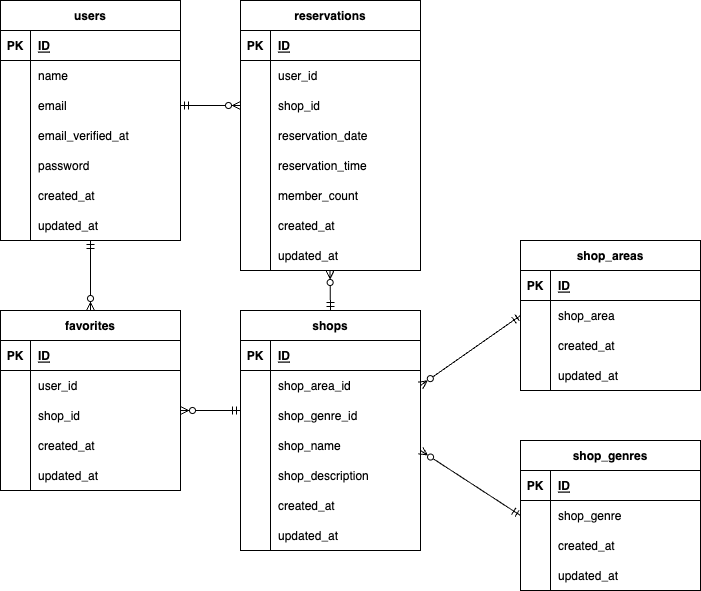
The draw.io diagram src/Rese.drawio.png in aida39/Rese, before a commit. Source tidied: cells renumbered, new cells last; positions are measured from the earlier drawing's top-left corner, leaving out a move shared by most shapes.
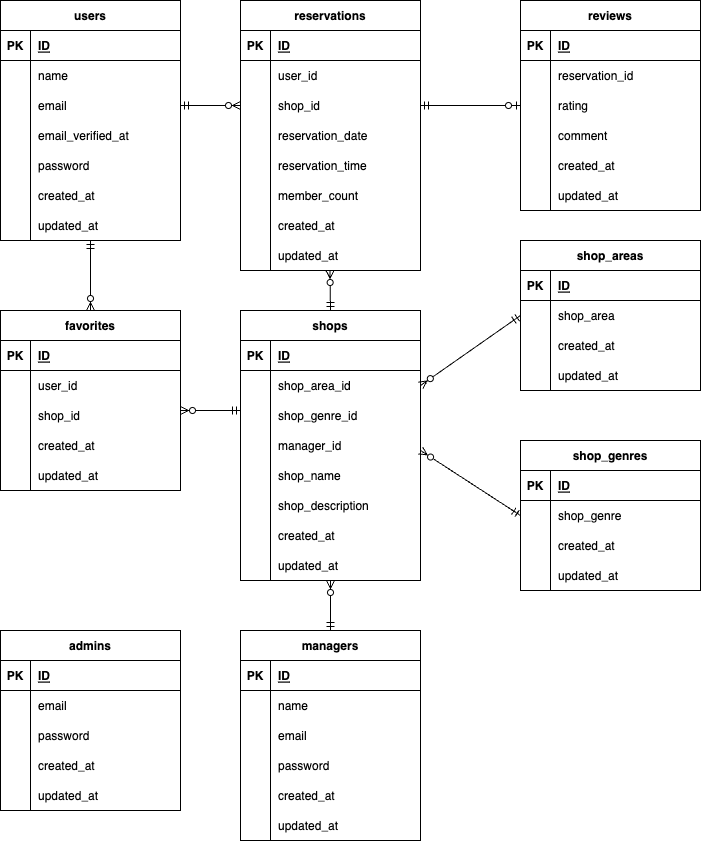
The same diagram one commit later.

The edit, as a diff of the source:
```diff
@@ -195,7 +195,7 @@
       <mxGeometry x="30" width="150" height="30" as="geometry" />
     </mxCell>
     <mxCell id="66" value="shops" style="shape=table;startSize=30;rowLines=0;fontStyle=1;align=center;" parent="1" vertex="1">
-      <mxGeometry x="240" y="310" width="180" height="240" as="geometry" />
+      <mxGeometry x="240" y="310" width="180" height="270" as="geometry" />
     </mxCell>
     <mxCell id="67" style="shape=tableRow;horizontal=0;startSize=0;swimlaneHead=0;swimlaneBody=0;fillColor=none;top=0;left=0;right=0;bottom=1;" parent="66" vertex="1">
       <mxGeometry y="30" width="180" height="30" as="geometry" />
@@ -224,8 +224,17 @@
     <mxCell id="75" value="shop_genre_id" style="shape=partialRectangle;fillColor=none;top=0;left=0;bottom=0;right=0;align=left;spacingLeft=6;overflow=hidden;" parent="73" vertex="1">
       <mxGeometry x="30" width="150" height="30" as="geometry" />
     </mxCell>
+    <mxCell id="119" style="shape=tableRow;horizontal=0;startSize=0;swimlaneHead=0;swimlaneBody=0;fillColor=none;top=0;left=0;right=0;bottom=0;" parent="66" vertex="1">
+      <mxGeometry y="120" width="180" height="30" as="geometry" />
+    </mxCell>
+    <mxCell id="120" style="shape=partialRectangle;fillColor=none;top=0;left=0;bottom=0;right=0;overflow=hidden;" parent="119" vertex="1">
+      <mxGeometry width="30" height="30" as="geometry" />
+    </mxCell>
+    <mxCell id="121" value="manager_id" style="shape=partialRectangle;fillColor=none;top=0;left=0;bottom=0;right=0;align=left;spacingLeft=6;overflow=hidden;" parent="119" vertex="1">
+      <mxGeometry x="30" width="150" height="30" as="geometry" />
+    </mxCell>
     <mxCell id="76" style="shape=tableRow;horizontal=0;startSize=0;swimlaneHead=0;swimlaneBody=0;fillColor=none;top=0;left=0;right=0;bottom=0;" parent="66" vertex="1">
-      <mxGeometry y="120" width="180" height="30" as="geometry" />
+      <mxGeometry y="150" width="180" height="30" as="geometry" />
     </mxCell>
     <mxCell id="77" style="shape=partialRectangle;fillColor=none;top=0;left=0;bottom=0;right=0;overflow=hidden;" parent="76" vertex="1">
       <mxGeometry width="30" height="30" as="geometry" />
@@ -234,7 +243,7 @@
       <mxGeometry x="30" width="150" height="30" as="geometry" />
     </mxCell>
     <mxCell id="79" style="shape=tableRow;horizontal=0;startSize=0;swimlaneHead=0;swimlaneBody=0;fillColor=none;top=0;left=0;right=0;bottom=0;" parent="66" vertex="1">
-      <mxGeometry y="150" width="180" height="30" as="geometry" />
+      <mxGeometry y="180" width="180" height="30" as="geometry" />
     </mxCell>
     <mxCell id="80" style="shape=partialRectangle;fillColor=none;top=0;left=0;bottom=0;right=0;overflow=hidden;" parent="79" vertex="1">
       <mxGeometry width="30" height="30" as="geometry" />
@@ -243,7 +252,7 @@
       <mxGeometry x="30" width="150" height="30" as="geometry" />
     </mxCell>
     <mxCell id="82" style="shape=tableRow;horizontal=0;startSize=0;swimlaneHead=0;swimlaneBody=0;fillColor=none;top=0;left=0;right=0;bottom=0;" parent="66" vertex="1">
-      <mxGeometry y="180" width="180" height="30" as="geometry" />
+      <mxGeometry y="210" width="180" height="30" as="geometry" />
     </mxCell>
     <mxCell id="83" style="shape=partialRectangle;fillColor=none;top=0;left=0;bottom=0;right=0;overflow=hidden;" parent="82" vertex="1">
       <mxGeometry width="30" height="30" as="geometry" />
@@ -252,7 +261,7 @@
       <mxGeometry x="30" width="150" height="30" as="geometry" />
     </mxCell>
     <mxCell id="85" style="shape=tableRow;horizontal=0;startSize=0;swimlaneHead=0;swimlaneBody=0;fillColor=none;points=[[0,0.5],[1,0.5]];portConstraint=eastwest;top=0;left=0;right=0;bottom=0;" parent="66" vertex="1">
-      <mxGeometry y="210" width="180" height="30" as="geometry" />
+      <mxGeometry y="240" width="180" height="30" as="geometry" />
     </mxCell>
     <mxCell id="86" style="shape=partialRectangle;fillColor=none;top=0;left=0;bottom=0;right=0;overflow=hidden;" parent="85" vertex="1">
       <mxGeometry width="30" height="30" as="geometry" />
@@ -362,5 +371,173 @@
     <mxCell id="118" style="edgeStyle=none;html=1;endArrow=ERzeroToMany;endFill=0;startArrow=ERmandOne;startFill=0;entryX=1;entryY=0.5;entryDx=0;entryDy=0;exitX=0;exitY=0.5;exitDx=0;exitDy=0;" parent="1" edge="1" source="105" target="70">
       <mxGeometry relative="1" as="geometry" />
     </mxCell>
+    <mxCell id="122" value="reviews" style="shape=table;startSize=30;rowLines=0;fontStyle=1;align=center;" parent="1" vertex="1">
+      <mxGeometry x="520" width="180" height="210" as="geometry" />
+    </mxCell>
+    <mxCell id="123" style="shape=tableRow;horizontal=0;startSize=0;swimlaneHead=0;swimlaneBody=0;fillColor=none;top=0;left=0;right=0;bottom=1;" parent="122" vertex="1">
+      <mxGeometry y="30" width="180" height="30" as="geometry" />
+    </mxCell>
+    <mxCell id="124" value="PK" style="shape=partialRectangle;fillColor=none;top=0;left=0;bottom=0;right=0;fontStyle=1;overflow=hidden;" parent="123" vertex="1">
+      <mxGeometry width="30" height="30" as="geometry" />
+    </mxCell>
+    <mxCell id="125" value="ID" style="shape=partialRectangle;fillColor=none;top=0;left=0;bottom=0;right=0;align=left;spacingLeft=6;fontStyle=5;overflow=hidden;" parent="123" vertex="1">
+      <mxGeometry x="30" width="150" height="30" as="geometry" />
+    </mxCell>
+    <mxCell id="126" style="shape=tableRow;horizontal=0;startSize=0;swimlaneHead=0;swimlaneBody=0;fillColor=none;top=0;left=0;right=0;bottom=0;" parent="122" vertex="1">
+      <mxGeometry y="60" width="180" height="30" as="geometry" />
+    </mxCell>
+    <mxCell id="127" style="shape=partialRectangle;fillColor=none;top=0;left=0;bottom=0;right=0;overflow=hidden;" parent="126" vertex="1">
+      <mxGeometry width="30" height="30" as="geometry" />
+    </mxCell>
+    <mxCell id="128" value="reservation_id" style="shape=partialRectangle;fillColor=none;top=0;left=0;bottom=0;right=0;align=left;spacingLeft=6;overflow=hidden;" parent="126" vertex="1">
+      <mxGeometry x="30" width="150" height="30" as="geometry" />
+    </mxCell>
+    <mxCell id="129" style="shape=tableRow;horizontal=0;startSize=0;swimlaneHead=0;swimlaneBody=0;fillColor=none;points=[[0,0.5],[1,0.5]];portConstraint=eastwest;top=0;left=0;right=0;bottom=0;" parent="122" vertex="1">
+      <mxGeometry y="90" width="180" height="30" as="geometry" />
+    </mxCell>
+    <mxCell id="130" style="shape=partialRectangle;fillColor=none;top=0;left=0;bottom=0;right=0;overflow=hidden;" parent="129" vertex="1">
+      <mxGeometry width="30" height="30" as="geometry" />
+    </mxCell>
+    <mxCell id="131" value="rating" style="shape=partialRectangle;fillColor=none;top=0;left=0;bottom=0;right=0;align=left;spacingLeft=6;overflow=hidden;" parent="129" vertex="1">
+      <mxGeometry x="30" width="150" height="30" as="geometry" />
+    </mxCell>
+    <mxCell id="132" style="shape=tableRow;horizontal=0;startSize=0;swimlaneHead=0;swimlaneBody=0;fillColor=none;top=0;left=0;right=0;bottom=0;" parent="122" vertex="1">
+      <mxGeometry y="120" width="180" height="30" as="geometry" />
+    </mxCell>
+    <mxCell id="133" style="shape=partialRectangle;fillColor=none;top=0;left=0;bottom=0;right=0;overflow=hidden;" parent="132" vertex="1">
+      <mxGeometry width="30" height="30" as="geometry" />
+    </mxCell>
+    <mxCell id="134" value="comment" style="shape=partialRectangle;fillColor=none;top=0;left=0;bottom=0;right=0;align=left;spacingLeft=6;overflow=hidden;" parent="132" vertex="1">
+      <mxGeometry x="30" width="150" height="30" as="geometry" />
+    </mxCell>
+    <mxCell id="135" style="shape=tableRow;horizontal=0;startSize=0;swimlaneHead=0;swimlaneBody=0;fillColor=none;top=0;left=0;right=0;bottom=0;" parent="122" vertex="1">
+      <mxGeometry y="150" width="180" height="30" as="geometry" />
+    </mxCell>
+    <mxCell id="136" style="shape=partialRectangle;fillColor=none;top=0;left=0;bottom=0;right=0;overflow=hidden;" parent="135" vertex="1">
+      <mxGeometry width="30" height="30" as="geometry" />
+    </mxCell>
+    <mxCell id="137" value="created_at" style="shape=partialRectangle;fillColor=none;top=0;left=0;bottom=0;right=0;align=left;spacingLeft=6;overflow=hidden;" parent="135" vertex="1">
+      <mxGeometry x="30" width="150" height="30" as="geometry" />
+    </mxCell>
+    <mxCell id="138" style="shape=tableRow;horizontal=0;startSize=0;swimlaneHead=0;swimlaneBody=0;fillColor=none;top=0;left=0;right=0;bottom=0;" parent="122" vertex="1">
+      <mxGeometry y="180" width="180" height="30" as="geometry" />
+    </mxCell>
+    <mxCell id="139" style="shape=partialRectangle;fillColor=none;top=0;left=0;bottom=0;right=0;overflow=hidden;" parent="138" vertex="1">
+      <mxGeometry width="30" height="30" as="geometry" />
+    </mxCell>
+    <mxCell id="140" value="updated_at" style="shape=partialRectangle;fillColor=none;top=0;left=0;bottom=0;right=0;align=left;spacingLeft=6;overflow=hidden;" parent="138" vertex="1">
+      <mxGeometry x="30" width="150" height="30" as="geometry" />
+    </mxCell>
+    <mxCell id="141" style="edgeStyle=none;html=1;entryX=0;entryY=0.5;entryDx=0;entryDy=0;startArrow=ERmandOne;startFill=0;endArrow=ERzeroToOne;endFill=0;" parent="1" edge="1" source="31" target="129">
+      <mxGeometry relative="1" as="geometry" />
+    </mxCell>
+    <mxCell id="142" value="admins" style="shape=table;startSize=30;rowLines=0;fontStyle=1;align=center;" parent="1" vertex="1">
+      <mxGeometry y="630" width="180" height="180" as="geometry" />
+    </mxCell>
+    <mxCell id="143" style="shape=tableRow;horizontal=0;startSize=0;swimlaneHead=0;swimlaneBody=0;fillColor=none;top=0;left=0;right=0;bottom=1;" parent="142" vertex="1">
+      <mxGeometry y="30" width="180" height="30" as="geometry" />
+    </mxCell>
+    <mxCell id="144" value="PK" style="shape=partialRectangle;fillColor=none;top=0;left=0;bottom=0;right=0;fontStyle=1;overflow=hidden;" parent="143" vertex="1">
+      <mxGeometry width="30" height="30" as="geometry" />
+    </mxCell>
+    <mxCell id="145" value="ID" style="shape=partialRectangle;fillColor=none;top=0;left=0;bottom=0;right=0;align=left;spacingLeft=6;fontStyle=5;overflow=hidden;" parent="143" vertex="1">
+      <mxGeometry x="30" width="150" height="30" as="geometry" />
+    </mxCell>
+    <mxCell id="146" style="shape=tableRow;horizontal=0;startSize=0;swimlaneHead=0;swimlaneBody=0;fillColor=none;top=0;left=0;right=0;bottom=0;" parent="142" vertex="1">
+      <mxGeometry y="60" width="180" height="30" as="geometry" />
+    </mxCell>
+    <mxCell id="147" style="shape=partialRectangle;fillColor=none;top=0;left=0;bottom=0;right=0;overflow=hidden;" parent="146" vertex="1">
+      <mxGeometry width="30" height="30" as="geometry" />
+    </mxCell>
+    <mxCell id="148" value="email" style="shape=partialRectangle;fillColor=none;top=0;left=0;bottom=0;right=0;align=left;spacingLeft=6;overflow=hidden;" parent="146" vertex="1">
+      <mxGeometry x="30" width="150" height="30" as="geometry" />
+    </mxCell>
+    <mxCell id="149" style="shape=tableRow;horizontal=0;startSize=0;swimlaneHead=0;swimlaneBody=0;fillColor=none;top=0;left=0;right=0;bottom=0;" parent="142" vertex="1">
+      <mxGeometry y="90" width="180" height="30" as="geometry" />
+    </mxCell>
+    <mxCell id="150" style="shape=partialRectangle;fillColor=none;top=0;left=0;bottom=0;right=0;overflow=hidden;" parent="149" vertex="1">
+      <mxGeometry width="30" height="30" as="geometry" />
+    </mxCell>
+    <mxCell id="151" value="password" style="shape=partialRectangle;fillColor=none;top=0;left=0;bottom=0;right=0;align=left;spacingLeft=6;overflow=hidden;" parent="149" vertex="1">
+      <mxGeometry x="30" width="150" height="30" as="geometry" />
+    </mxCell>
+    <mxCell id="152" style="shape=tableRow;horizontal=0;startSize=0;swimlaneHead=0;swimlaneBody=0;fillColor=none;top=0;left=0;right=0;bottom=0;" parent="142" vertex="1">
+      <mxGeometry y="120" width="180" height="30" as="geometry" />
+    </mxCell>
+    <mxCell id="153" style="shape=partialRectangle;fillColor=none;top=0;left=0;bottom=0;right=0;overflow=hidden;" parent="152" vertex="1">
+      <mxGeometry width="30" height="30" as="geometry" />
+    </mxCell>
+    <mxCell id="154" value="created_at" style="shape=partialRectangle;fillColor=none;top=0;left=0;bottom=0;right=0;align=left;spacingLeft=6;overflow=hidden;" parent="152" vertex="1">
+      <mxGeometry x="30" width="150" height="30" as="geometry" />
+    </mxCell>
+    <mxCell id="155" style="shape=tableRow;horizontal=0;startSize=0;swimlaneHead=0;swimlaneBody=0;fillColor=none;top=0;left=0;right=0;bottom=0;" parent="142" vertex="1">
+      <mxGeometry y="150" width="180" height="30" as="geometry" />
+    </mxCell>
+    <mxCell id="156" style="shape=partialRectangle;fillColor=none;top=0;left=0;bottom=0;right=0;overflow=hidden;" parent="155" vertex="1">
+      <mxGeometry width="30" height="30" as="geometry" />
+    </mxCell>
+    <mxCell id="157" value="updated_at" style="shape=partialRectangle;fillColor=none;top=0;left=0;bottom=0;right=0;align=left;spacingLeft=6;overflow=hidden;" parent="155" vertex="1">
+      <mxGeometry x="30" width="150" height="30" as="geometry" />
+    </mxCell>
+    <mxCell id="158" value="managers" style="shape=table;startSize=30;rowLines=0;fontStyle=1;align=center;" parent="1" vertex="1">
+      <mxGeometry x="240" y="630" width="180" height="210" as="geometry" />
+    </mxCell>
+    <mxCell id="159" style="shape=tableRow;horizontal=0;startSize=0;swimlaneHead=0;swimlaneBody=0;fillColor=none;top=0;left=0;right=0;bottom=1;" parent="158" vertex="1">
+      <mxGeometry y="30" width="180" height="30" as="geometry" />
+    </mxCell>
+    <mxCell id="160" value="PK" style="shape=partialRectangle;fillColor=none;top=0;left=0;bottom=0;right=0;fontStyle=1;overflow=hidden;" parent="159" vertex="1">
+      <mxGeometry width="30" height="30" as="geometry" />
+    </mxCell>
+    <mxCell id="161" value="ID" style="shape=partialRectangle;fillColor=none;top=0;left=0;bottom=0;right=0;align=left;spacingLeft=6;fontStyle=5;overflow=hidden;" parent="159" vertex="1">
+      <mxGeometry x="30" width="150" height="30" as="geometry" />
+    </mxCell>
+    <mxCell id="162" style="shape=tableRow;horizontal=0;startSize=0;swimlaneHead=0;swimlaneBody=0;fillColor=none;top=0;left=0;right=0;bottom=0;" parent="158" vertex="1">
+      <mxGeometry y="60" width="180" height="30" as="geometry" />
+    </mxCell>
+    <mxCell id="163" style="shape=partialRectangle;fillColor=none;top=0;left=0;bottom=0;right=0;overflow=hidden;" parent="162" vertex="1">
+      <mxGeometry width="30" height="30" as="geometry" />
+    </mxCell>
+    <mxCell id="164" value="name" style="shape=partialRectangle;fillColor=none;top=0;left=0;bottom=0;right=0;align=left;spacingLeft=6;overflow=hidden;" parent="162" vertex="1">
+      <mxGeometry x="30" width="150" height="30" as="geometry" />
+    </mxCell>
+    <mxCell id="165" style="shape=tableRow;horizontal=0;startSize=0;swimlaneHead=0;swimlaneBody=0;fillColor=none;top=0;left=0;right=0;bottom=0;" parent="158" vertex="1">
+      <mxGeometry y="90" width="180" height="30" as="geometry" />
+    </mxCell>
+    <mxCell id="166" style="shape=partialRectangle;fillColor=none;top=0;left=0;bottom=0;right=0;overflow=hidden;" parent="165" vertex="1">
+      <mxGeometry width="30" height="30" as="geometry" />
+    </mxCell>
+    <mxCell id="167" value="email" style="shape=partialRectangle;fillColor=none;top=0;left=0;bottom=0;right=0;align=left;spacingLeft=6;overflow=hidden;" parent="165" vertex="1">
+      <mxGeometry x="30" width="150" height="30" as="geometry" />
+    </mxCell>
+    <mxCell id="168" style="shape=tableRow;horizontal=0;startSize=0;swimlaneHead=0;swimlaneBody=0;fillColor=none;top=0;left=0;right=0;bottom=0;" parent="158" vertex="1">
+      <mxGeometry y="120" width="180" height="30" as="geometry" />
+    </mxCell>
+    <mxCell id="169" style="shape=partialRectangle;fillColor=none;top=0;left=0;bottom=0;right=0;overflow=hidden;" parent="168" vertex="1">
+      <mxGeometry width="30" height="30" as="geometry" />
+    </mxCell>
+    <mxCell id="170" value="password" style="shape=partialRectangle;fillColor=none;top=0;left=0;bottom=0;right=0;align=left;spacingLeft=6;overflow=hidden;" parent="168" vertex="1">
+      <mxGeometry x="30" width="150" height="30" as="geometry" />
+    </mxCell>
+    <mxCell id="171" style="shape=tableRow;horizontal=0;startSize=0;swimlaneHead=0;swimlaneBody=0;fillColor=none;top=0;left=0;right=0;bottom=0;" parent="158" vertex="1">
+      <mxGeometry y="150" width="180" height="30" as="geometry" />
+    </mxCell>
+    <mxCell id="172" style="shape=partialRectangle;fillColor=none;top=0;left=0;bottom=0;right=0;overflow=hidden;" parent="171" vertex="1">
+      <mxGeometry width="30" height="30" as="geometry" />
+    </mxCell>
+    <mxCell id="173" value="created_at" style="shape=partialRectangle;fillColor=none;top=0;left=0;bottom=0;right=0;align=left;spacingLeft=6;overflow=hidden;" parent="171" vertex="1">
+      <mxGeometry x="30" width="150" height="30" as="geometry" />
+    </mxCell>
+    <mxCell id="174" style="shape=tableRow;horizontal=0;startSize=0;swimlaneHead=0;swimlaneBody=0;fillColor=none;top=0;left=0;right=0;bottom=0;" parent="158" vertex="1">
+      <mxGeometry y="180" width="180" height="30" as="geometry" />
+    </mxCell>
+    <mxCell id="175" style="shape=partialRectangle;fillColor=none;top=0;left=0;bottom=0;right=0;overflow=hidden;" parent="174" vertex="1">
+      <mxGeometry width="30" height="30" as="geometry" />
+    </mxCell>
+    <mxCell id="176" value="updated_at" style="shape=partialRectangle;fillColor=none;top=0;left=0;bottom=0;right=0;align=left;spacingLeft=6;overflow=hidden;" parent="174" vertex="1">
+      <mxGeometry x="30" width="150" height="30" as="geometry" />
+    </mxCell>
+    <mxCell id="177" style="edgeStyle=none;html=1;endArrow=ERzeroToMany;endFill=0;startArrow=ERmandOne;startFill=0;exitX=0.5;exitY=0;exitDx=0;exitDy=0;" parent="1" edge="1" source="158" target="85">
+      <mxGeometry relative="1" as="geometry" />
+    </mxCell>
   </root>
 </mxGraphModel>
```
